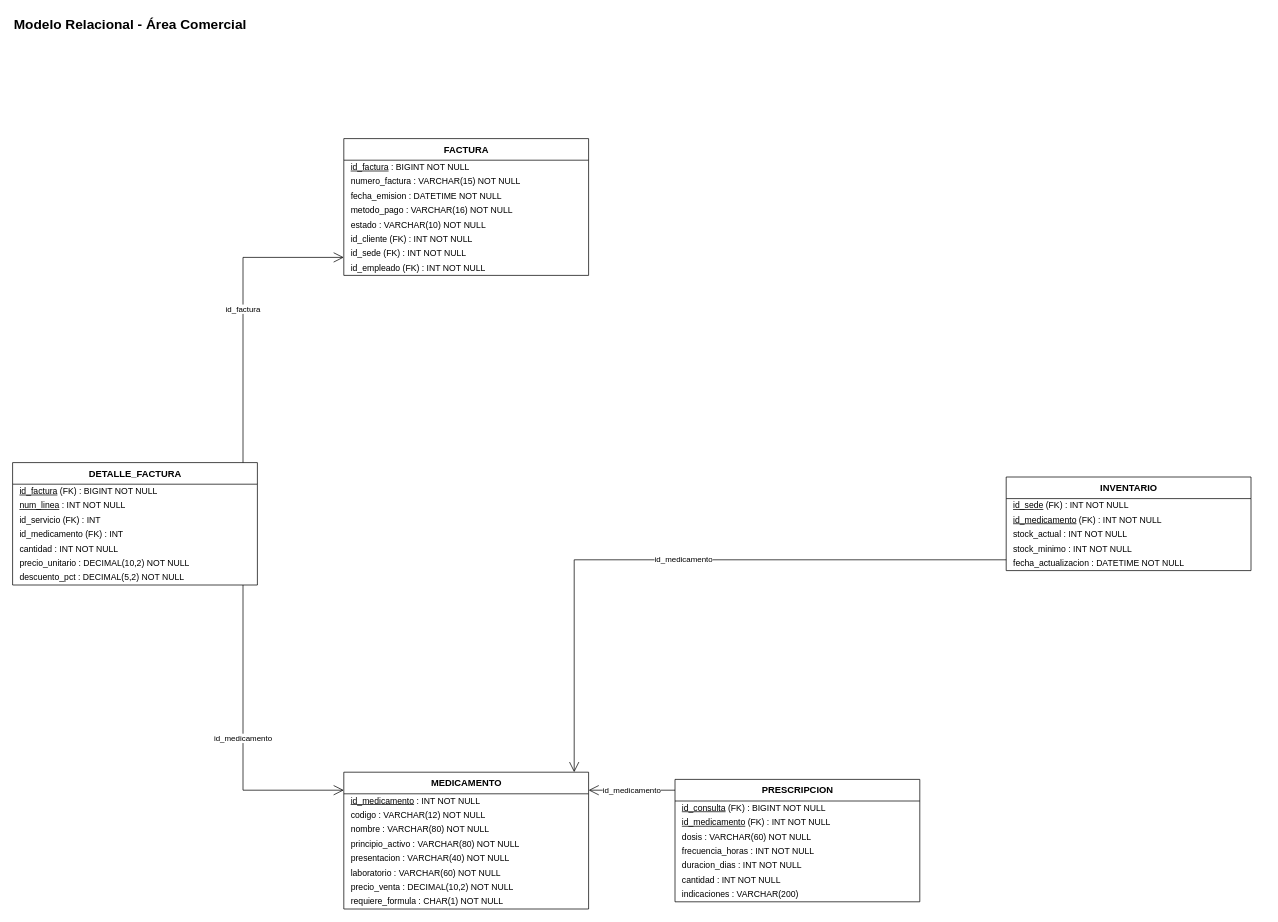
Earlier version of the draw.io diagram documentos/fase1/diagramas_drawio/26_Relacional_Comercial.drawio (Estarlan/proyecto-bd1-sigevet). Source tidied: cells renumbered, new cells numbered last; positions are measured from the earlier drawing's top-left corner, leaving out a move shared by most shapes. Both pictures are drawn from the tidied source at 72%, with x=0, y=0 at pixel (12, 12).
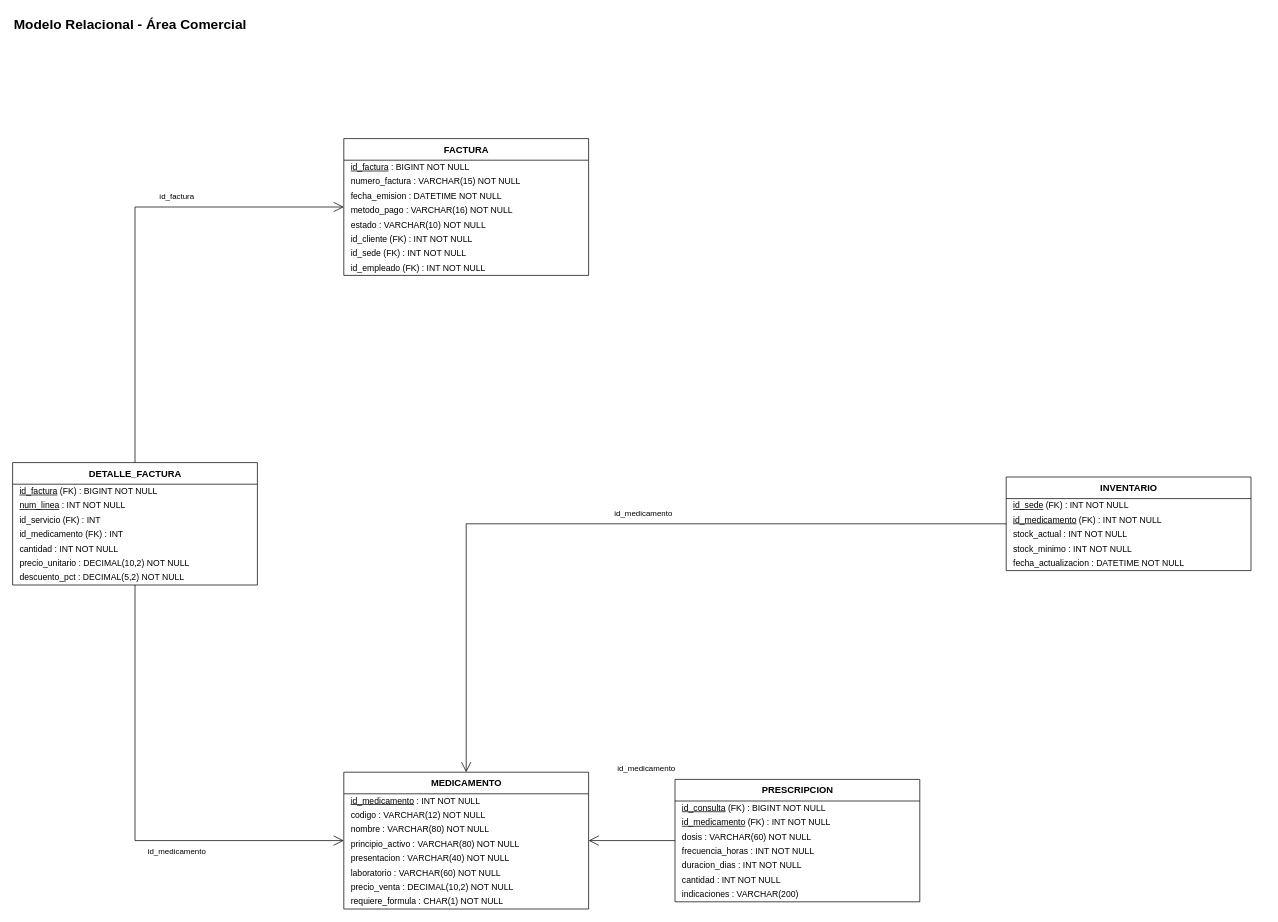
The same diagram, later.

The change refers to these unchanged cells:
```xml
<mxCell id="3" value="MEDICAMENTO" style="swimlane;fontStyle=1;horizontal=1;startSize=30;html=1;fillColor=none;swimlaneFillColor=none;fontSize=13;" parent="1" vertex="1">
  <mxGeometry x="460" y="1055" width="340" height="190" as="geometry" />
</mxCell>
<mxCell id="12" value="PRESCRIPCION" style="swimlane;fontStyle=1;horizontal=1;startSize=30;html=1;fillColor=none;swimlaneFillColor=none;fontSize=13;" parent="1" vertex="1">
  <mxGeometry x="920" y="1065" width="340" height="170" as="geometry" />
</mxCell>
<mxCell id="20" value="INVENTARIO" style="swimlane;fontStyle=1;horizontal=1;startSize=30;html=1;fillColor=none;swimlaneFillColor=none;fontSize=13;" parent="1" vertex="1">
  <mxGeometry x="1380" y="645" width="340" height="130" as="geometry" />
</mxCell>
<mxCell id="26" value="FACTURA" style="swimlane;fontStyle=1;horizontal=1;startSize=30;html=1;fillColor=none;swimlaneFillColor=none;fontSize=13;" parent="1" vertex="1">
  <mxGeometry x="460" y="175" width="340" height="190" as="geometry" />
</mxCell>
<mxCell id="35" value="DETALLE_FACTURA" style="swimlane;fontStyle=1;horizontal=1;startSize=30;html=1;fillColor=none;swimlaneFillColor=none;fontSize=13;" parent="1" vertex="1">
  <mxGeometry y="625" width="340" height="170" as="geometry" />
</mxCell>
```

Diff of the diagram source:
```diff
@@
-    <mxCell id="43" value="id_medicamento" style="html=1;endArrow=none;fontSize=12;labelBackgroundColor=default;endArrow=open;endFill=0;endSize=12;fontSize=11;jumpStyle=gap;jumpSize=8;edgeStyle=none;rounded=0;exitX=0.00000000;exitY=0.08823529;exitPerimeter=0;entryX=1.00000000;entryY=0.13157895;entryPerimeter=0;" parent="1" edge="1" source="12" target="3">
-      <mxGeometry relative="1" as="geometry">
+    <mxCell id="43" value="id_medicamento" style="html=1;endArrow=none;fontSize=12;labelBackgroundColor=default;endArrow=open;endFill=0;endSize=12;fontSize=11;jumpStyle=gap;jumpSize=8;edgeStyle=none;rounded=0;exitX=0.00000000;exitY=0.08823529;exitPerimeter=0;entryX=1.00000000;entryY=0.13157895;entryPerimeter=0;exitX=0.00000000;exitY=0.50000000;exitPerimeter=0;entryX=1.00000000;entryY=0.50000000;entryPerimeter=0;" parent="1" edge="1" source="12" target="3">
+      <mxGeometry x="-0.34" relative="1" as="geometry">
         <Array as="points">
-          <mxPoint x="900" y="1080" />
-          <mxPoint x="820" y="1080" />
+          <mxPoint x="920" y="1150" />
+          <mxPoint x="800" y="1150" />
         </Array>
+        <mxPoint y="-100.1" as="offset" />
       </mxGeometry>
     </mxCell>
-    <mxCell id="44" value="id_medicamento" style="html=1;endArrow=none;fontSize=12;labelBackgroundColor=default;endArrow=open;endFill=0;endSize=12;fontSize=11;jumpStyle=gap;jumpSize=8;edgeStyle=none;rounded=0;exitX=0.00000000;exitY=0.88461538;exitPerimeter=0;entryX=0.94117647;entryY=0.00000000;entryPerimeter=0;" parent="1" edge="1" source="20" target="3">
-      <mxGeometry relative="1" as="geometry">
+    <mxCell id="44" value="id_medicamento" style="html=1;endArrow=none;fontSize=12;labelBackgroundColor=default;endArrow=open;endFill=0;endSize=12;fontSize=11;jumpStyle=gap;jumpSize=8;edgeStyle=none;rounded=0;exitX=0.00000000;exitY=0.88461538;exitPerimeter=0;entryX=0.94117647;entryY=0.00000000;entryPerimeter=0;exitX=0.00000000;exitY=0.50000000;exitPerimeter=0;entryX=0.50000000;entryY=0.00000000;entryPerimeter=0;" parent="1" edge="1" source="20" target="3">
+      <mxGeometry x="-0.08" relative="1" as="geometry">
         <Array as="points">
-          <mxPoint x="1360" y="760" />
-          <mxPoint x="780" y="760" />
-          <mxPoint x="780" y="1040" />
+          <mxPoint x="1380" y="710" />
+          <mxPoint x="630" y="710" />
+          <mxPoint x="630" y="1055" />
         </Array>
+        <mxPoint y="-15.1" as="offset" />
       </mxGeometry>
     </mxCell>
-    <mxCell id="45" value="id_factura" style="html=1;endArrow=none;fontSize=12;labelBackgroundColor=default;endArrow=open;endFill=0;endSize=12;fontSize=11;jumpStyle=gap;jumpSize=8;edgeStyle=none;rounded=0;exitX=0.94117647;exitY=0.00000000;exitPerimeter=0;entryX=0.00000000;entryY=0.86842105;entryPerimeter=0;" parent="1" edge="1" source="35" target="26">
-      <mxGeometry relative="1" as="geometry">
+    <mxCell id="45" value="id_factura" style="html=1;endArrow=none;fontSize=12;labelBackgroundColor=default;endArrow=open;endFill=0;endSize=12;fontSize=11;jumpStyle=gap;jumpSize=8;edgeStyle=none;rounded=0;exitX=0.94117647;exitY=0.00000000;exitPerimeter=0;entryX=0.00000000;entryY=0.86842105;entryPerimeter=0;exitX=0.50000000;exitY=0.00000000;exitPerimeter=0;entryX=0.00000000;entryY=0.50000000;entryPerimeter=0;" parent="1" edge="1" source="35" target="26">
+      <mxGeometry x="0.28" relative="1" as="geometry">
         <Array as="points">
-          <mxPoint x="320" y="600" />
-          <mxPoint x="320" y="340" />
-          <mxPoint x="440" y="340" />
+          <mxPoint x="170" y="625" />
+          <mxPoint x="170" y="270" />
+          <mxPoint x="460" y="270" />
         </Array>
+        <mxPoint y="-15.1" as="offset" />
       </mxGeometry>
     </mxCell>
-    <mxCell id="46" value="id_medicamento" style="html=1;endArrow=none;fontSize=12;labelBackgroundColor=default;endArrow=open;endFill=0;endSize=12;fontSize=11;jumpStyle=gap;jumpSize=8;edgeStyle=none;rounded=0;exitX=0.94117647;exitY=1.00000000;exitPerimeter=0;entryX=0.00000000;entryY=0.13157895;entryPerimeter=0;" parent="1" edge="1" source="35" target="3">
-      <mxGeometry relative="1" as="geometry">
+    <mxCell id="46" value="id_medicamento" style="html=1;endArrow=none;fontSize=12;labelBackgroundColor=default;endArrow=open;endFill=0;endSize=12;fontSize=11;jumpStyle=gap;jumpSize=8;edgeStyle=none;rounded=0;exitX=0.94117647;exitY=1.00000000;exitPerimeter=0;entryX=0.00000000;entryY=0.13157895;entryPerimeter=0;exitX=0.50000000;exitY=1.00000000;exitPerimeter=0;entryX=0.00000000;entryY=0.50000000;entryPerimeter=0;" parent="1" edge="1" source="35" target="3">
+      <mxGeometry x="0.28" relative="1" as="geometry">
         <Array as="points">
-          <mxPoint x="320" y="820" />
-          <mxPoint x="320" y="1080" />
-          <mxPoint x="440" y="1080" />
+          <mxPoint x="170" y="795" />
+          <mxPoint x="170" y="1150" />
+          <mxPoint x="460" y="1150" />
         </Array>
+        <mxPoint y="15.1" as="offset" />
       </mxGeometry>
     </mxCell>
```
